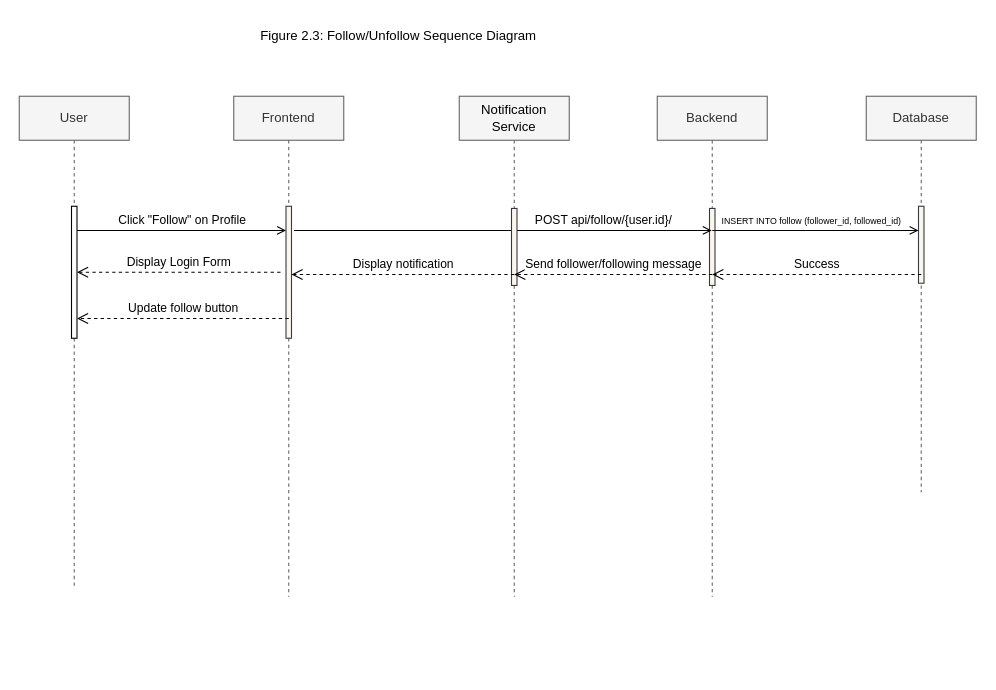
christiangarcia0311/snsu-community-forum-app keeps this draw.io diagram as page "Figure2.3" (3 of 7) of diagrams/stream_sequence.drawio. Above is the earlier version. Source tidied: cells renumbered, new cells numbered last; positions are measured from the earlier drawing's top-left corner, leaving out a move shared by most shapes. Both pictures are drawn from the tidied source at 110%, with x=0, y=0 at pixel (19, 19).
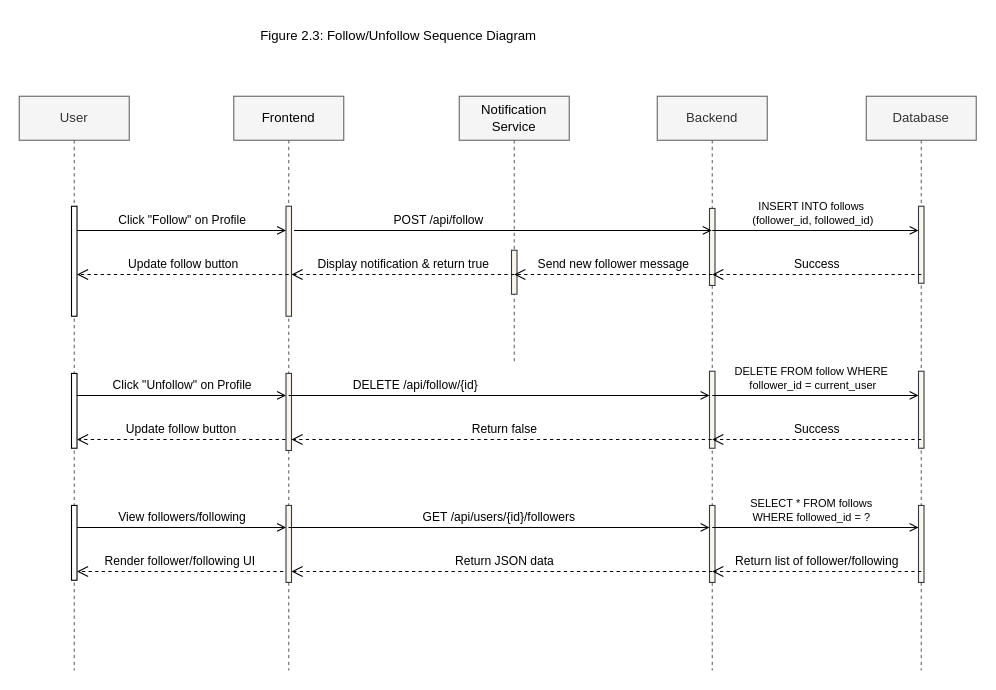
The same page after the edit.

Commit message (it also covers changes not shown here):
version 0.0.1: user management sequence diagram done & thread management working

Change to the diagram source:
```diff
@@
     <mxCell id="2" value="User" style="shape=umlLifeline;perimeter=lifelinePerimeter;whiteSpace=wrap;html=1;newEdgeStyle={&quot;edgeStyle&quot;:&quot;elbowEdgeStyle&quot;,&quot;elbow&quot;:&quot;vertical&quot;,&quot;curved&quot;:0,&quot;rounded&quot;:0};fillColor=#f5f5f5;fontColor=#333333;strokeColor=#666666;" parent="1" vertex="1">
-      <mxGeometry y="70" width="100" height="445" as="geometry" />
+      <mxGeometry y="70" width="100" height="522" as="geometry" />
     </mxCell>
     <mxCell id="3" style="html=1;points=[[0,0,0,0,5],[0,1,0,0,-5],[1,0,0,0,5],[1,1,0,0,-5]];perimeter=orthogonalPerimeter;outlineConnect=0;targetShapes=umlLifeline;portConstraint=eastwest;newEdgeStyle={&quot;curved&quot;:0,&quot;rounded&quot;:0};" parent="2" vertex="1">
-      <mxGeometry x="47.5" y="100" width="5" height="120" as="geometry" />
+      <mxGeometry x="47.5" y="100" width="5" height="100" as="geometry" />
     </mxCell>
+    <mxCell id="21" style="html=1;points=[[0,0,0,0,5],[0,1,0,0,-5],[1,0,0,0,5],[1,1,0,0,-5]];perimeter=orthogonalPerimeter;outlineConnect=0;targetShapes=umlLifeline;portConstraint=eastwest;newEdgeStyle={&quot;curved&quot;:0,&quot;rounded&quot;:0};" parent="2" vertex="1">
+      <mxGeometry x="47.5" y="252" width="5" height="68" as="geometry" />
+    </mxCell>
+    <mxCell id="22" style="html=1;points=[[0,0,0,0,5],[0,1,0,0,-5],[1,0,0,0,5],[1,1,0,0,-5]];perimeter=orthogonalPerimeter;outlineConnect=0;targetShapes=umlLifeline;portConstraint=eastwest;newEdgeStyle={&quot;curved&quot;:0,&quot;rounded&quot;:0};" parent="2" vertex="1">
+      <mxGeometry x="47.5" y="372" width="5" height="68" as="geometry" />
+    </mxCell>
-    <mxCell id="4" value="Frontend" style="shape=umlLifeline;perimeter=lifelinePerimeter;whiteSpace=wrap;html=1;newEdgeStyle={&quot;edgeStyle&quot;:&quot;elbowEdgeStyle&quot;,&quot;elbow&quot;:&quot;vertical&quot;,&quot;curved&quot;:0,&quot;rounded&quot;:0};fillColor=#f5f5f5;strokeColor=#666666;fontColor=#333333;" parent="1" vertex="1">
-      <mxGeometry x="195" y="70" width="100" height="455" as="geometry" />
+    <mxCell id="4" value="&lt;font style=&quot;color: rgb(0, 0, 0);&quot;&gt;Frontend&lt;/font&gt;" style="shape=umlLifeline;perimeter=lifelinePerimeter;whiteSpace=wrap;html=1;newEdgeStyle={&quot;edgeStyle&quot;:&quot;elbowEdgeStyle&quot;,&quot;elbow&quot;:&quot;vertical&quot;,&quot;curved&quot;:0,&quot;rounded&quot;:0};fillColor=#f5f5f5;strokeColor=#666666;fontColor=#333333;" parent="1" vertex="1">
+      <mxGeometry x="195" y="70" width="100" height="522" as="geometry" />
     </mxCell>
     <mxCell id="5" style="html=1;points=[[0,0,0,0,5],[0,1,0,0,-5],[1,0,0,0,5],[1,1,0,0,-5]];perimeter=orthogonalPerimeter;outlineConnect=0;targetShapes=umlLifeline;portConstraint=eastwest;newEdgeStyle={&quot;curved&quot;:0,&quot;rounded&quot;:0};strokeColor=#36393d;fillColor=#f9f7ed;" parent="4" vertex="1">
-      <mxGeometry x="47.5" y="100" width="5" height="120" as="geometry" />
+      <mxGeometry x="47.5" y="100" width="5" height="100" as="geometry" />
     </mxCell>
+    <mxCell id="23" style="html=1;perimeter=orthogonalPerimeter;targetShapes=umlLifeline;newEdgeStyle={&quot;curved&quot;:0,&quot;rounded&quot;:0};strokeColor=#36393d;fillColor=#f9f7ed;" parent="4" vertex="1">
+      <mxGeometry x="47.5" y="252" width="5" height="70" as="geometry" />
+    </mxCell>
+    <mxCell id="24" style="html=1;points=[[0,0,0,0,5],[0,1,0,0,-5],[1,0,0,0,5],[1,1,0,0,-5]];perimeter=orthogonalPerimeter;outlineConnect=0;targetShapes=umlLifeline;portConstraint=eastwest;newEdgeStyle={&quot;curved&quot;:0,&quot;rounded&quot;:0};strokeColor=#36393d;fillColor=#f9f7ed;" parent="4" vertex="1">
+      <mxGeometry x="47.5" y="372" width="5" height="70" as="geometry" />
+    </mxCell>
     <mxCell id="6" value="Backend" style="shape=umlLifeline;perimeter=lifelinePerimeter;whiteSpace=wrap;html=1;outlineConnect=0;portConstraint=eastwest;newEdgeStyle={&quot;edgeStyle&quot;:&quot;elbowEdgeStyle&quot;,&quot;elbow&quot;:&quot;vertical&quot;,&quot;curved&quot;:0,&quot;rounded&quot;:0};fillColor=#f5f5f5;fontColor=#333333;strokeColor=#666666;" parent="1" vertex="1">
-      <mxGeometry x="580" y="70" width="100" height="455" as="geometry" />
+      <mxGeometry x="580" y="70" width="100" height="522" as="geometry" />
     </mxCell>
@@
+    <mxCell id="25" style="html=1;perimeter=orthogonalPerimeter;targetShapes=umlLifeline;newEdgeStyle={&quot;curved&quot;:0,&quot;rounded&quot;:0};strokeColor=#36393d;fillColor=#f9f7ed;" parent="6" vertex="1">
+      <mxGeometry x="47.5" y="250" width="5" height="70" as="geometry" />
+    </mxCell>
+    <mxCell id="26" style="html=1;perimeter=orthogonalPerimeter;targetShapes=umlLifeline;newEdgeStyle={&quot;curved&quot;:0,&quot;rounded&quot;:0};strokeColor=#36393d;fillColor=#f9f7ed;" parent="6" vertex="1">
+      <mxGeometry x="47.5" y="372" width="5" height="70" as="geometry" />
+    </mxCell>
     <mxCell id="8" value="Database" style="shape=umlLifeline;perimeter=lifelinePerimeter;whiteSpace=wrap;html=1;newEdgeStyle={&quot;edgeStyle&quot;:&quot;elbowEdgeStyle&quot;,&quot;elbow&quot;:&quot;vertical&quot;,&quot;curved&quot;:0,&quot;rounded&quot;:0};fillColor=#f5f5f5;fontColor=#333333;strokeColor=#666666;" parent="1" vertex="1">
-      <mxGeometry x="770" y="70" width="100" height="360" as="geometry" />
+      <mxGeometry x="770" y="70" width="100" height="522" as="geometry" />
     </mxCell>
@@
+    <mxCell id="27" style="html=1;perimeter=orthogonalPerimeter;targetShapes=umlLifeline;newEdgeStyle={&quot;curved&quot;:0,&quot;rounded&quot;:0};strokeColor=#36393d;fillColor=#f9f7ed;" parent="8" vertex="1">
+      <mxGeometry x="47.5" y="250" width="5" height="70" as="geometry" />
+    </mxCell>
+    <mxCell id="28" style="html=1;perimeter=orthogonalPerimeter;targetShapes=umlLifeline;newEdgeStyle={&quot;curved&quot;:0,&quot;rounded&quot;:0};strokeColor=#36393d;fillColor=#f9f7ed;" parent="8" vertex="1">
+      <mxGeometry x="47.5" y="372" width="5" height="70" as="geometry" />
+    </mxCell>
@@
-    <mxCell id="11" value="Display Login Form" style="html=1;verticalAlign=bottom;endArrow=open;dashed=1;endSize=8;curved=0;rounded=0;" parent="1" edge="1">
-      <mxGeometry relative="1" as="geometry">
-        <mxPoint x="237.5" y="230" as="sourcePoint" />
-        <mxPoint x="52.5" y="230" as="targetPoint" />
-      </mxGeometry>
-    </mxCell>
@@
+    <mxCell id="14" value="&lt;font style=&quot;font-size: 10px;&quot;&gt;INSERT INTO follows&lt;/font&gt;&lt;div&gt;&lt;font style=&quot;font-size: 10px;&quot;&gt;&amp;nbsp;(follower_id, followed_id)&lt;/font&gt;&lt;/div&gt;" style="html=1;verticalAlign=bottom;labelBackgroundColor=none;endArrow=open;endFill=0;rounded=0;" parent="1" edge="1">
+      <mxGeometry x="0.45" relative="1" as="geometry">
+        <mxPoint x="797.2" y="192" as="sourcePoint" />
+        <mxPoint x="817.5" y="192" as="targetPoint" />
+        <Array as="points">
+          <mxPoint x="630" y="192" />
+        </Array>
+      </mxGeometry>
+    </mxCell>
-    <mxCell id="13" value="POST api/follow/{user.id}/" style="html=1;verticalAlign=bottom;labelBackgroundColor=none;endArrow=open;endFill=0;rounded=0;" parent="1" edge="1" target="6">
-      <mxGeometry x="0.48" relative="1" as="geometry">
+    <mxCell id="13" value="POST /api/follow" style="html=1;verticalAlign=bottom;labelBackgroundColor=none;endArrow=open;endFill=0;rounded=0;" parent="1" edge="1" target="6">
+      <mxGeometry x="-0.31" relative="1" as="geometry">
         <mxPoint x="249.8" y="192" as="sourcePoint" />
         <Array as="points">
           <mxPoint x="260" y="192" />
           <mxPoint x="490" y="192" />
         </Array>
       </mxGeometry>
     </mxCell>
-    <mxCell id="14" value="&lt;font style=&quot;font-size: 8px;&quot;&gt;INSERT INTO follow (follower_id, followed_id)&lt;/font&gt;" style="html=1;verticalAlign=bottom;labelBackgroundColor=none;endArrow=open;endFill=0;rounded=0;" parent="1" edge="1">
-      <mxGeometry x="0.45" relative="1" as="geometry">
-        <mxPoint x="797.2" y="192" as="sourcePoint" />
-        <mxPoint x="817.5" y="192" as="targetPoint" />
-        <Array as="points">
-          <mxPoint x="630" y="192" />
-        </Array>
-      </mxGeometry>
-    </mxCell>
@@
     <mxCell id="16" value="&lt;font style=&quot;color: rgb(0, 0, 0);&quot;&gt;Notification Service&lt;/font&gt;" style="shape=umlLifeline;perimeter=lifelinePerimeter;whiteSpace=wrap;html=1;newEdgeStyle={&quot;edgeStyle&quot;:&quot;elbowEdgeStyle&quot;,&quot;elbow&quot;:&quot;vertical&quot;,&quot;curved&quot;:0,&quot;rounded&quot;:0};fillColor=#f5f5f5;fontColor=#333333;strokeColor=#666666;" parent="1" vertex="1">
-      <mxGeometry x="400" y="70" width="100" height="455" as="geometry" />
+      <mxGeometry x="400" y="70" width="100" height="242" as="geometry" />
     </mxCell>
     <mxCell id="17" style="html=1;perimeter=orthogonalPerimeter;targetShapes=umlLifeline;newEdgeStyle={&quot;curved&quot;:0,&quot;rounded&quot;:0};strokeColor=#36393d;fillColor=#f9f7ed;" parent="16" vertex="1">
-      <mxGeometry x="47.5" y="102" width="5" height="70" as="geometry" />
+      <mxGeometry x="47.5" y="140" width="5" height="40" as="geometry" />
     </mxCell>
-    <mxCell id="18" value="Send follower/following message" style="html=1;verticalAlign=bottom;endArrow=open;dashed=1;endSize=8;curved=0;rounded=0;" parent="1" edge="1">
+    <mxCell id="18" value="Send new follower message" style="html=1;verticalAlign=bottom;endArrow=open;dashed=1;endSize=8;curved=0;rounded=0;" parent="1" edge="1">
       <mxGeometry relative="1" as="geometry">
         <mxPoint x="630" y="232" as="sourcePoint" />
         <mxPoint x="450" y="232" as="targetPoint" />
       </mxGeometry>
     </mxCell>
-    <mxCell id="19" value="Display notification" style="html=1;verticalAlign=bottom;endArrow=open;dashed=1;endSize=8;curved=0;rounded=0;" parent="1" edge="1" target="5">
+    <mxCell id="19" value="Display notification &amp;amp; return true" style="html=1;verticalAlign=bottom;endArrow=open;dashed=1;endSize=8;curved=0;rounded=0;" parent="1" edge="1" target="5">
       <mxGeometry relative="1" as="geometry">
         <mxPoint x="450" y="232" as="sourcePoint" />
       </mxGeometry>
     </mxCell>
-    <mxCell id="20" value="Update follow button" style="html=1;verticalAlign=bottom;endArrow=open;dashed=1;endSize=8;curved=0;rounded=0;" parent="1" edge="1" target="3">
+    <mxCell id="20" value="Update follow button" style="html=1;verticalAlign=bottom;endArrow=open;dashed=1;endSize=8;curved=0;rounded=0;" parent="1" edge="1">
       <mxGeometry relative="1" as="geometry">
-        <mxPoint x="245" y="272" as="sourcePoint" />
+        <mxPoint x="245" y="232" as="sourcePoint" />
+        <mxPoint x="52.5" y="232" as="targetPoint" />
       </mxGeometry>
     </mxCell>
+    <mxCell id="29" value="Click &quot;Unfollow&quot; on Profile" style="html=1;verticalAlign=bottom;labelBackgroundColor=none;endArrow=open;endFill=0;rounded=0;" parent="1" edge="1">
+      <mxGeometry relative="1" as="geometry">
+        <mxPoint x="52.5" y="342" as="sourcePoint" />
+        <mxPoint x="242.5" y="342" as="targetPoint" />
+      </mxGeometry>
+    </mxCell>
+    <mxCell id="30" value="DELETE /api/follow/{id}" style="html=1;verticalAlign=bottom;labelBackgroundColor=none;endArrow=open;endFill=0;rounded=0;" parent="1" edge="1">
+      <mxGeometry x="-0.4" relative="1" as="geometry">
+        <mxPoint x="244.9" y="342" as="sourcePoint" />
+        <mxPoint x="627.5" y="342" as="targetPoint" />
+      </mxGeometry>
+    </mxCell>
+    <mxCell id="31" value="&lt;font style=&quot;font-size: 10px;&quot;&gt;DELETE FROM follow WHERE&lt;/font&gt;&lt;div&gt;&lt;font style=&quot;font-size: 10px;&quot;&gt;&amp;nbsp;follower_id = current_user&lt;/font&gt;&lt;/div&gt;" style="html=1;verticalAlign=bottom;labelBackgroundColor=none;endArrow=open;endFill=0;rounded=0;" parent="1" edge="1">
+      <mxGeometry x="0.45" relative="1" as="geometry">
+        <mxPoint x="797.2" y="342" as="sourcePoint" />
+        <mxPoint x="817.5" y="342" as="targetPoint" />
+        <Array as="points">
+          <mxPoint x="630" y="342" />
+        </Array>
+      </mxGeometry>
+    </mxCell>
+    <mxCell id="32" value="Success" style="html=1;verticalAlign=bottom;endArrow=open;dashed=1;endSize=8;curved=0;rounded=0;" parent="1" edge="1">
+      <mxGeometry relative="1" as="geometry">
+        <mxPoint x="820" y="382" as="sourcePoint" />
+        <mxPoint x="630" y="382" as="targetPoint" />
+      </mxGeometry>
+    </mxCell>
+    <mxCell id="33" value="Return false" style="html=1;verticalAlign=bottom;endArrow=open;dashed=1;endSize=8;curved=0;rounded=0;" parent="1" edge="1">
+      <mxGeometry x="-0.01" relative="1" as="geometry">
+        <mxPoint x="629.5" y="382" as="sourcePoint" />
+        <mxPoint x="247.5" y="382" as="targetPoint" />
+      </mxGeometry>
+    </mxCell>
+    <mxCell id="34" value="Update follow button" style="html=1;verticalAlign=bottom;endArrow=open;dashed=1;endSize=8;curved=0;rounded=0;" parent="1" edge="1" target="21">
+      <mxGeometry relative="1" as="geometry">
+        <mxPoint x="242" y="382" as="sourcePoint" />
+      </mxGeometry>
+    </mxCell>
+    <mxCell id="35" value="View followers/following" style="html=1;verticalAlign=bottom;labelBackgroundColor=none;endArrow=open;endFill=0;rounded=0;" parent="1" edge="1">
+      <mxGeometry relative="1" as="geometry">
+        <mxPoint x="52.5" y="462" as="sourcePoint" />
+        <mxPoint x="242.5" y="462" as="targetPoint" />
+      </mxGeometry>
+    </mxCell>
+    <mxCell id="36" value="GET /api/users/{id}/followers" style="html=1;verticalAlign=bottom;labelBackgroundColor=none;endArrow=open;endFill=0;rounded=0;" parent="1" edge="1">
+      <mxGeometry relative="1" as="geometry">
+        <mxPoint x="244.7" y="462" as="sourcePoint" />
+        <mxPoint x="627.5" y="462" as="targetPoint" />
+      </mxGeometry>
+    </mxCell>
+    <mxCell id="37" value="&lt;span style=&quot;font-size: 10px;&quot;&gt;SELECT * FROM follows&lt;/span&gt;&lt;div&gt;&lt;span style=&quot;font-size: 10px;&quot;&gt;WHERE followed_id = ?&lt;/span&gt;&lt;/div&gt;" style="html=1;verticalAlign=bottom;labelBackgroundColor=none;endArrow=open;endFill=0;rounded=0;" parent="1" edge="1">
+      <mxGeometry x="0.45" relative="1" as="geometry">
+        <mxPoint x="797.2" y="462" as="sourcePoint" />
+        <mxPoint x="817.5" y="462" as="targetPoint" />
+        <Array as="points">
+          <mxPoint x="630" y="462" />
+        </Array>
+      </mxGeometry>
+    </mxCell>
+    <mxCell id="38" value="Return list of follower/following" style="html=1;verticalAlign=bottom;endArrow=open;dashed=1;endSize=8;curved=0;rounded=0;" parent="1" edge="1">
+      <mxGeometry relative="1" as="geometry">
+        <mxPoint x="820" y="502" as="sourcePoint" />
+        <mxPoint x="630" y="502" as="targetPoint" />
+      </mxGeometry>
+    </mxCell>
+    <mxCell id="39" value="Return JSON data" style="html=1;verticalAlign=bottom;endArrow=open;dashed=1;endSize=8;curved=0;rounded=0;" parent="1" edge="1" target="24">
+      <mxGeometry x="-0.01" relative="1" as="geometry">
+        <mxPoint x="630" y="502" as="sourcePoint" />
+      </mxGeometry>
+    </mxCell>
+    <mxCell id="40" value="Render follower/following UI" style="html=1;verticalAlign=bottom;endArrow=open;dashed=1;endSize=8;curved=0;rounded=0;" parent="1" edge="1" target="22">
+      <mxGeometry relative="1" as="geometry">
+        <mxPoint x="240" y="502" as="sourcePoint" />
+      </mxGeometry>
+    </mxCell>
```
